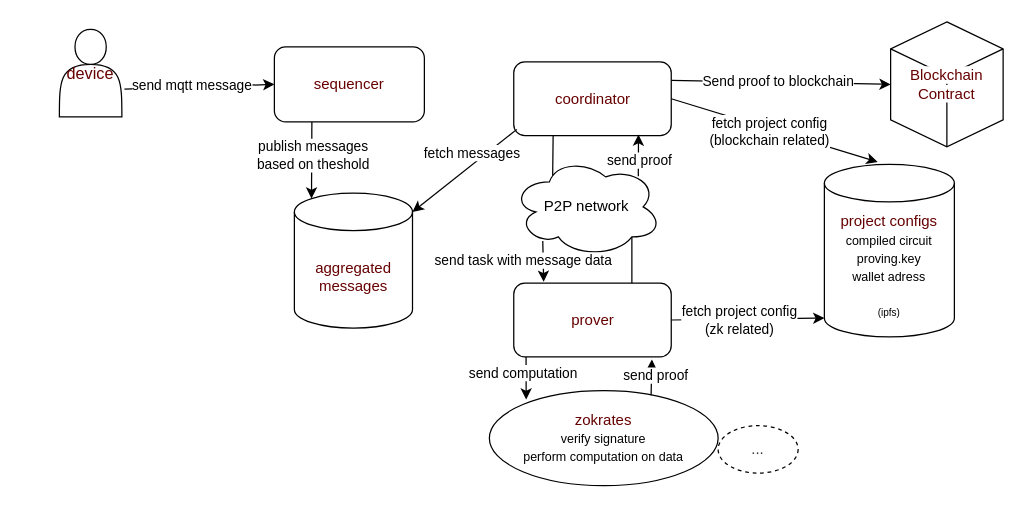
This is sprout/architecture.drawio from ioCarb/ship2earn, a draw.io file, before an edit. Source tidied: cells renumbered, new cells numbered last; positions are measured from the earlier drawing's top-left corner, leaving out a move shared by most shapes. Both pictures are drawn from the tidied source at 125%, with x=0, y=0 at pixel (59, 21).
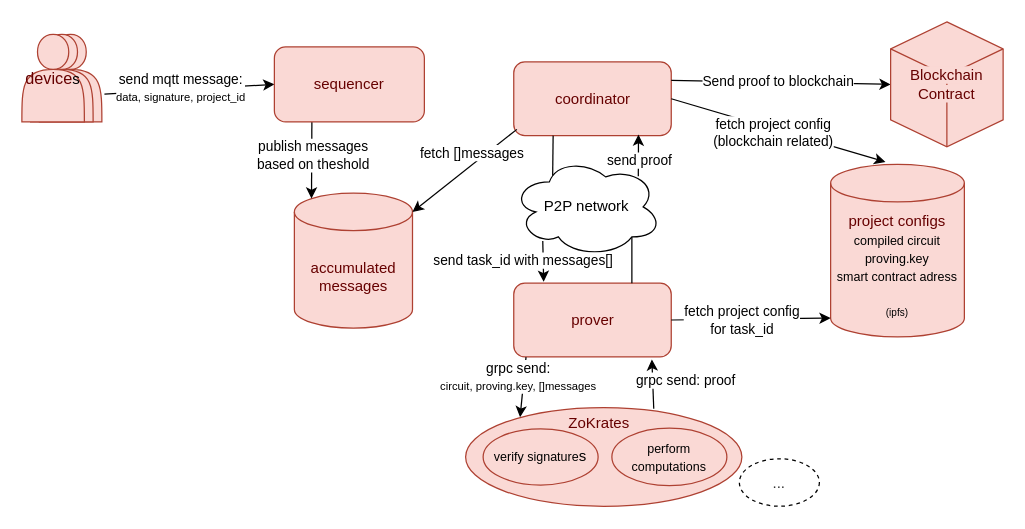
The same diagram, later.

The change refers to these unchanged cells:
```xml
<mxCell id="2" style="endArrow=classic;html=1;rounded=1;fontColor=default;labelBackgroundColor=none;entryX=0;entryY=0.5;entryDx=0;entryDy=0;exitX=1.041;exitY=0.682;exitDx=0;exitDy=0;exitPerimeter=0;" parent="1" edge="1" source="28" target="31">
  <mxGeometry relative="1" as="geometry" />
</mxCell>
<mxCell id="9" style="endArrow=classic;html=1;rounded=1;entryX=0.19;entryY=-0.017;entryDx=0;entryDy=0;entryPerimeter=0;exitX=0.206;exitY=0.842;exitDx=0;exitDy=0;exitPerimeter=0;fontColor=default;labelBackgroundColor=none;" parent="1" edge="1" source="5" target="6">
  <mxGeometry relative="1" as="geometry" />
</mxCell>
<mxCell id="18" style="endArrow=classic;html=1;rounded=1;fontColor=default;labelBackgroundColor=none;entryX=1;entryY=0;entryDx=0;entryDy=15;entryPerimeter=0;" parent="1" edge="1" target="15">
  <mxGeometry relative="1" as="geometry">
    <mxPoint x="366" y="86" as="sourcePoint" />
  </mxGeometry>
</mxCell>
<mxCell id="33" style="endArrow=classic;html=1;rounded=1;exitX=1;exitY=0.5;exitDx=0;exitDy=0;fontColor=default;labelBackgroundColor=none;entryX=0;entryY=1;entryDx=0;entryDy=-15;entryPerimeter=0;" parent="1" edge="1" source="6" target="14">
  <mxGeometry relative="1" as="geometry" />
</mxCell>
```

What changed in the source:
```diff
@@
+    <mxCell id="22" style="ellipse;whiteSpace=wrap;html=1;labelBackgroundColor=none;rounded=1;fillColor=#fad9d5;strokeColor=#ae4132;" parent="1" vertex="1">
+      <mxGeometry x="325" y="308.5" width="221" height="79" as="geometry" />
+    </mxCell>
@@
-    <mxCell id="3" value="&lt;font face=&quot;Helvetica&quot;&gt;send mqtt message&lt;/font&gt;" style="edgeLabel;html=1;align=center;verticalAlign=middle;" parent="2" vertex="1">
+    <mxCell id="3" value="&lt;div&gt;&lt;font face=&quot;Helvetica&quot;&gt;send mqtt message:&lt;/font&gt;&lt;/div&gt;&lt;div&gt;&lt;font style=&quot;font-size: 9px;&quot; face=&quot;Helvetica&quot;&gt;data, signature, project_id&lt;br&gt;&lt;/font&gt;&lt;/div&gt;" style="edgeLabel;html=1;align=center;verticalAlign=middle;" parent="2" vertex="1">
       <mxGeometry x="-0.1" y="2" relative="1" as="geometry" />
     </mxCell>
-    <mxCell id="4" value="&lt;div&gt;&lt;font color=&quot;#660000&quot;&gt;coordinator&lt;/font&gt;&lt;/div&gt;" style="rounded=1;whiteSpace=wrap;html=1;labelBackgroundColor=none;" parent="1" vertex="1">
+    <mxCell id="4" value="&lt;div&gt;&lt;font color=&quot;#660000&quot;&gt;coordinator&lt;/font&gt;&lt;/div&gt;" style="rounded=1;whiteSpace=wrap;html=1;labelBackgroundColor=none;fillColor=#fad9d5;strokeColor=#ae4132;" parent="1" vertex="1">
       <mxGeometry x="363.5" y="32" width="126" height="59" as="geometry" />
     </mxCell>
@@
-    <mxCell id="6" value="&lt;font color=&quot;#660000&quot;&gt;prover&lt;/font&gt;" style="rounded=1;whiteSpace=wrap;html=1;labelBackgroundColor=none;" parent="1" vertex="1">
+    <mxCell id="6" value="&lt;font color=&quot;#660000&quot;&gt;prover&lt;/font&gt;" style="rounded=1;whiteSpace=wrap;html=1;labelBackgroundColor=none;fillColor=#fad9d5;strokeColor=#ae4132;" parent="1" vertex="1">
       <mxGeometry x="363.5" y="209" width="126" height="59" as="geometry" />
     </mxCell>
-    <mxCell id="7" style="endArrow=classic;html=1;rounded=1;fontColor=default;labelBackgroundColor=none;exitX=0.078;exitY=1.003;exitDx=0;exitDy=0;entryX=0.161;entryY=0.094;entryDx=0;entryDy=0;entryPerimeter=0;exitPerimeter=0;" parent="1" edge="1" source="6" target="22">
-      <mxGeometry relative="1" as="geometry" />
-    </mxCell>
-    <mxCell id="8" value="send computation" style="edgeLabel;html=1;align=center;verticalAlign=middle;" parent="7" vertex="1">
-      <mxGeometry x="-0.03" y="-3" relative="1" as="geometry">
-        <mxPoint y="-4" as="offset" />
-      </mxGeometry>
-    </mxCell>
@@
-    <mxCell id="10" value="send task with message data" style="edgeLabel;html=1;align=center;verticalAlign=middle;" parent="9" vertex="1">
+    <mxCell id="10" value="send task_id with messages[] " style="edgeLabel;html=1;align=center;verticalAlign=middle;" parent="9" vertex="1">
       <mxGeometry x="-0.07" y="-3" relative="1" as="geometry">
         <mxPoint x="-14" as="offset" />
       </mxGeometry>
     </mxCell>
@@
+    <mxCell id="7" style="endArrow=classic;html=1;rounded=1;fontColor=default;labelBackgroundColor=none;exitX=0.078;exitY=1.003;exitDx=0;exitDy=0;entryX=0.197;entryY=0.099;entryDx=0;entryDy=0;entryPerimeter=0;exitPerimeter=0;" parent="1" edge="1" source="6" target="22">
+      <mxGeometry relative="1" as="geometry" />
+    </mxCell>
+    <mxCell id="8" value="&lt;div&gt;grpc send:&lt;br&gt;&lt;/div&gt;&lt;font style=&quot;font-size: 9px;&quot;&gt;circuit, proving.key, []messages&lt;/font&gt;" style="edgeLabel;html=1;align=center;verticalAlign=middle;" parent="7" vertex="1">
+      <mxGeometry x="-0.03" y="-3" relative="1" as="geometry">
+        <mxPoint x="-2" y="-7" as="offset" />
+      </mxGeometry>
+    </mxCell>
-    <mxCell id="14" value="&lt;div&gt;&lt;font color=&quot;#660000&quot; style=&quot;font-size: 12px;&quot; face=&quot;Helvetica&quot;&gt;project configs&lt;/font&gt;&lt;/div&gt;&lt;div&gt;&lt;font style=&quot;font-size: 10px;&quot; face=&quot;DFGghioapLaS5mhI9reb&quot;&gt;compiled circuit&lt;/font&gt;&lt;/div&gt;&lt;div&gt;&lt;font style=&quot;font-size: 10px;&quot; face=&quot;DFGghioapLaS5mhI9reb&quot;&gt;proving.key&lt;/font&gt;&lt;/div&gt;&lt;div&gt;&lt;font style=&quot;font-size: 10px;&quot; face=&quot;Helvetica&quot;&gt;wallet adress&lt;/font&gt;&lt;br&gt;&lt;/div&gt;&lt;div&gt;&lt;br&gt;&lt;/div&gt;&lt;div&gt;&lt;font style=&quot;font-size: 8px;&quot;&gt;(ipfs)&lt;/font&gt;&lt;br&gt;&lt;/div&gt;" style="shape=cylinder3;whiteSpace=wrap;html=1;boundedLbl=1;backgroundOutline=1;size=15;labelBackgroundColor=none;rounded=1;" parent="1" vertex="1">
-      <mxGeometry x="612" y="114" width="104" height="138" as="geometry" />
+    <mxCell id="14" value="&lt;div&gt;&lt;font color=&quot;#660000&quot; style=&quot;font-size: 12px;&quot; face=&quot;Helvetica&quot;&gt;project configs&lt;/font&gt;&lt;/div&gt;&lt;div&gt;&lt;font style=&quot;font-size: 10px;&quot; face=&quot;DFGghioapLaS5mhI9reb&quot;&gt;compiled circuit&lt;/font&gt;&lt;/div&gt;&lt;div&gt;&lt;font style=&quot;font-size: 10px;&quot; face=&quot;DFGghioapLaS5mhI9reb&quot;&gt;proving.key&lt;/font&gt;&lt;/div&gt;&lt;div&gt;&lt;font style=&quot;font-size: 10px;&quot; face=&quot;Helvetica&quot;&gt;smart contract adress&lt;/font&gt;&lt;br&gt;&lt;/div&gt;&lt;div&gt;&lt;br&gt;&lt;/div&gt;&lt;div&gt;&lt;font style=&quot;font-size: 8px;&quot;&gt;(ipfs)&lt;/font&gt;&lt;br&gt;&lt;/div&gt;" style="shape=cylinder3;whiteSpace=wrap;html=1;boundedLbl=1;backgroundOutline=1;size=15;labelBackgroundColor=none;rounded=1;fillColor=#fad9d5;strokeColor=#ae4132;" parent="1" vertex="1">
+      <mxGeometry x="617" y="114" width="107" height="138" as="geometry" />
     </mxCell>
-    <mxCell id="15" value="&lt;font color=&quot;#660000&quot;&gt;aggregated messages&lt;/font&gt;" style="shape=cylinder3;whiteSpace=wrap;html=1;boundedLbl=1;backgroundOutline=1;size=15;labelBackgroundColor=none;rounded=1;" parent="1" vertex="1">
+    <mxCell id="15" value="&lt;font color=&quot;#660000&quot;&gt;accumulated messages&lt;/font&gt;" style="shape=cylinder3;whiteSpace=wrap;html=1;boundedLbl=1;backgroundOutline=1;size=15;labelBackgroundColor=none;rounded=1;fillColor=#fad9d5;strokeColor=#ae4132;" parent="1" vertex="1">
       <mxGeometry x="188" y="137" width="94.5" height="108" as="geometry" />
     </mxCell>
@@
-    <mxCell id="19" value="fetch messages" style="edgeLabel;html=1;align=center;verticalAlign=middle;" parent="18" vertex="1">
+    <mxCell id="19" value="fetch []messages" style="edgeLabel;html=1;align=center;verticalAlign=middle;" parent="18" vertex="1">
       <mxGeometry x="-0.16" y="-3" relative="1" as="geometry">
         <mxPoint x="1" y="-7" as="offset" />
       </mxGeometry>
     </mxCell>
@@
-    <mxCell id="22" value="&lt;div&gt;&lt;font color=&quot;#660000&quot;&gt;zokrates&lt;/font&gt;&lt;/div&gt;&lt;div&gt;&lt;font style=&quot;font-size: 10px;&quot;&gt;verify signature&lt;/font&gt;&lt;/div&gt;&lt;div&gt;&lt;font style=&quot;font-size: 10px;&quot;&gt;perform computation on data&lt;/font&gt;&lt;br&gt;&lt;/div&gt;" style="ellipse;whiteSpace=wrap;html=1;labelBackgroundColor=none;rounded=1;" parent="1" vertex="1">
-      <mxGeometry x="344" y="295" width="183" height="76" as="geometry" />
-    </mxCell>
-    <mxCell id="23" style="endArrow=classic;html=1;rounded=0;exitX=0.707;exitY=0.049;exitDx=0;exitDy=0;exitPerimeter=0;" parent="1" edge="1" source="22">
+    <mxCell id="23" style="endArrow=classic;html=1;rounded=0;exitX=0.681;exitY=0.012;exitDx=0;exitDy=0;exitPerimeter=0;" parent="1" edge="1" source="22">
       <mxGeometry relative="1" as="geometry">
         <mxPoint x="474" y="270" as="targetPoint" />
       </mxGeometry>
     </mxCell>
-    <mxCell id="24" value="send proof" style="edgeLabel;html=1;align=center;verticalAlign=middle;" parent="23" vertex="1">
-      <mxGeometry x="0.12" y="-3" relative="1" as="geometry" />
+    <mxCell id="24" value="grpc send: proof" style="edgeLabel;html=1;align=center;verticalAlign=middle;" parent="23" vertex="1">
+      <mxGeometry x="0.12" y="-3" relative="1" as="geometry">
+        <mxPoint x="23" y="-1" as="offset" />
+      </mxGeometry>
     </mxCell>
@@
-    <mxCell id="27" value="&lt;div&gt;&lt;font color=&quot;#660000&quot;&gt;&lt;span style=&quot;background-color: rgb(255, 255, 255);&quot;&gt;Blockchain&lt;br&gt;&lt;/span&gt;&lt;/font&gt;&lt;/div&gt;&lt;div&gt;&lt;font color=&quot;#660000&quot;&gt;&lt;span style=&quot;background-color: rgb(255, 255, 255);&quot;&gt;Contract&lt;/span&gt;&lt;/font&gt;&lt;/div&gt;" style="html=1;whiteSpace=wrap;shape=isoCube2;backgroundOutline=1;isoAngle=15;" parent="1" vertex="1">
+    <mxCell id="27" value="&lt;div&gt;&lt;font style=&quot;background-color: rgb(250, 217, 213);&quot; color=&quot;#660000&quot;&gt;Blockchain&lt;br&gt;&lt;/font&gt;&lt;/div&gt;&lt;div&gt;&lt;font style=&quot;background-color: rgb(250, 217, 213);&quot; color=&quot;#660000&quot;&gt;Contract&lt;/font&gt;&lt;/div&gt;" style="html=1;whiteSpace=wrap;shape=isoCube2;backgroundOutline=1;isoAngle=15;fillColor=#fad9d5;strokeColor=#ae4132;" parent="1" vertex="1">
       <mxGeometry x="665" width="90" height="100" as="geometry" />
     </mxCell>
-    <mxCell id="28" value="&lt;font color=&quot;#660000&quot; style=&quot;font-size: 13px;&quot;&gt;device&lt;/font&gt;" style="shape=actor;whiteSpace=wrap;html=1;" parent="1" vertex="1">
-      <mxGeometry y="6" width="50" height="70" as="geometry" />
+    <mxCell id="28" style="shape=actor;whiteSpace=wrap;html=1;fillColor=#fad9d5;strokeColor=#ae4132;" parent="1" vertex="1">
+      <mxGeometry x="-16" y="10" width="50" height="70" as="geometry" />
     </mxCell>
@@
-    <mxCell id="31" value="&lt;div&gt;&lt;font color=&quot;#660000&quot;&gt;sequencer&lt;/font&gt;&lt;/div&gt;" style="rounded=1;whiteSpace=wrap;html=1;" parent="1" vertex="1">
+    <mxCell id="31" value="&lt;div&gt;&lt;font color=&quot;#660000&quot;&gt;sequencer&lt;/font&gt;&lt;/div&gt;" style="rounded=1;whiteSpace=wrap;html=1;fillColor=#fad9d5;strokeColor=#ae4132;" parent="1" vertex="1">
       <mxGeometry x="172" y="20" width="120" height="60" as="geometry" />
     </mxCell>
     <mxCell id="32" value="..." style="ellipse;whiteSpace=wrap;html=1;labelBackgroundColor=none;rounded=1;fillColor=none;fontColor=#333333;strokeColor=default;dashed=1;" parent="1" vertex="1">
-      <mxGeometry x="527" y="323" width="64" height="38" as="geometry" />
+      <mxGeometry x="544" y="349.5" width="64" height="38" as="geometry" />
     </mxCell>
@@
-    <mxCell id="34" value="&lt;div&gt;fetch project config&lt;/div&gt;&lt;div&gt;(zk related)&lt;br&gt;&lt;/div&gt;" style="edgeLabel;html=1;align=center;verticalAlign=middle;" parent="33" vertex="1">
+    <mxCell id="34" value="&lt;div&gt;fetch project config&lt;/div&gt;&lt;div&gt;for task_id&lt;br&gt;&lt;/div&gt;" style="edgeLabel;html=1;align=center;verticalAlign=middle;" parent="33" vertex="1">
       <mxGeometry x="-0.21" y="-1" relative="1" as="geometry">
         <mxPoint x="6" as="offset" />
       </mxGeometry>
     </mxCell>
+    <mxCell id="35" value="&lt;font style=&quot;font-size: 10px;&quot;&gt;verify signature&lt;/font&gt;s" style="ellipse;whiteSpace=wrap;html=1;labelBackgroundColor=none;rounded=1;fillColor=#fad9d5;strokeColor=#ae4132;" parent="1" vertex="1">
+      <mxGeometry x="339" y="325.5" width="92" height="45" as="geometry" />
+    </mxCell>
+    <mxCell id="36" value="&lt;font color=&quot;#660000&quot;&gt;ZoKrates&lt;/font&gt;" style="rounded=0;whiteSpace=wrap;html=1;fillColor=none;glass=0;strokeColor=none;" parent="1" vertex="1">
+      <mxGeometry x="405" y="308.5" width="54" height="24" as="geometry" />
+    </mxCell>
+    <mxCell id="37" value="&lt;font style=&quot;font-size: 10px;&quot;&gt;perform computations&lt;/font&gt;" style="ellipse;whiteSpace=wrap;html=1;labelBackgroundColor=none;rounded=1;fillColor=#fad9d5;strokeColor=#ae4132;" parent="1" vertex="1">
+      <mxGeometry x="442" y="325" width="92" height="46" as="geometry" />
+    </mxCell>
+    <mxCell id="38" style="shape=actor;whiteSpace=wrap;html=1;fillColor=#fad9d5;strokeColor=#ae4132;" parent="1" vertex="1">
+      <mxGeometry x="-23" y="10" width="50" height="70" as="geometry" />
+    </mxCell>
+    <mxCell id="39" value="&lt;font color=&quot;#660000&quot; style=&quot;font-size: 13px;&quot;&gt;device&lt;/font&gt;s" style="shape=actor;whiteSpace=wrap;html=1;fillColor=#fad9d5;strokeColor=#ae4132;" parent="1" vertex="1">
+      <mxGeometry x="-30" y="10" width="50" height="70" as="geometry" />
+    </mxCell>
```
